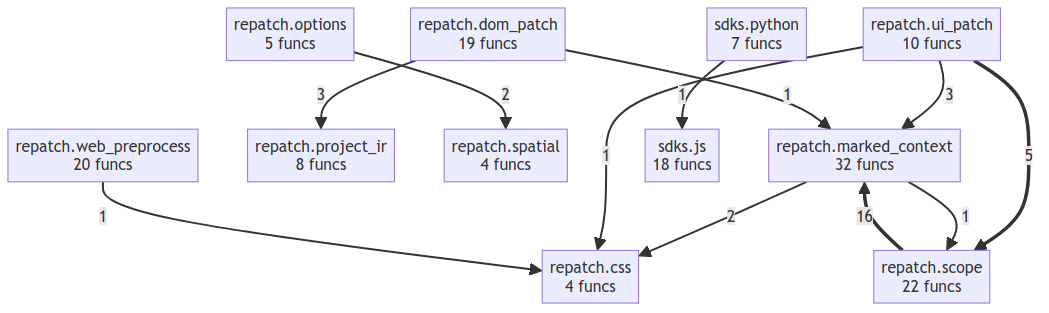
The Mermaid diagram project/compact_flow.png in semcod/repatch, before a commit. Its source is kept beside it as project/compact_flow.mmd.
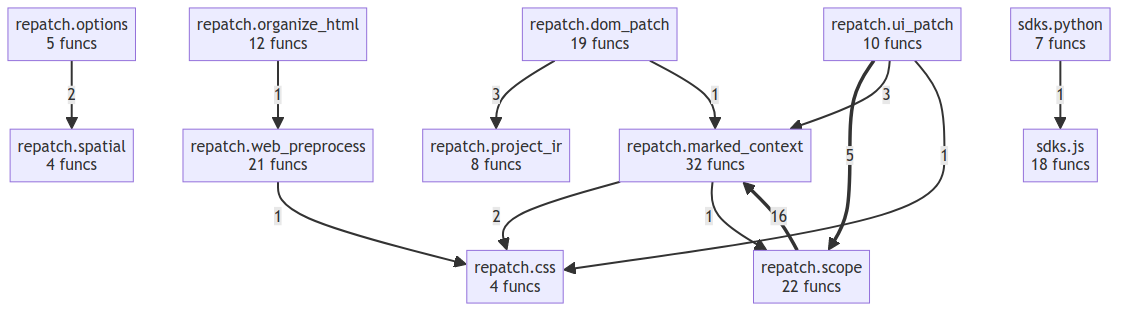
The same diagram one commit later.

What changed in the source:
```diff
@@ -3,11 +3,12 @@
     repatch__dom_patch["repatch.dom_patch<br/>19 funcs"]
     repatch__marked_context["repatch.marked_context<br/>32 funcs"]
     repatch__options["repatch.options<br/>5 funcs"]
+    repatch__organize_html["repatch.organize_html<br/>12 funcs"]
     repatch__project_ir["repatch.project_ir<br/>8 funcs"]
     repatch__scope["repatch.scope<br/>22 funcs"]
     repatch__spatial["repatch.spatial<br/>4 funcs"]
     repatch__ui_patch["repatch.ui_patch<br/>10 funcs"]
-    repatch__web_preprocess["repatch.web_preprocess<br/>20 funcs"]
+    repatch__web_preprocess["repatch.web_preprocess<br/>21 funcs"]
     sdks__js["sdks.js<br/>18 funcs"]
     sdks__python["sdks.python<br/>7 funcs"]
     repatch__scope ==>|16| repatch__marked_context
@@ -19,5 +20,6 @@
     repatch__dom_patch -->|1| repatch__marked_context
     repatch__marked_context -->|1| repatch__scope
     repatch__ui_patch -->|1| repatch__css
+    sdks__python -->|1| sdks__js
+    repatch__organize_html -->|1| repatch__web_preprocess
     repatch__web_preprocess -->|1| repatch__css
-    sdks__python -->|1| sdks__js
```
